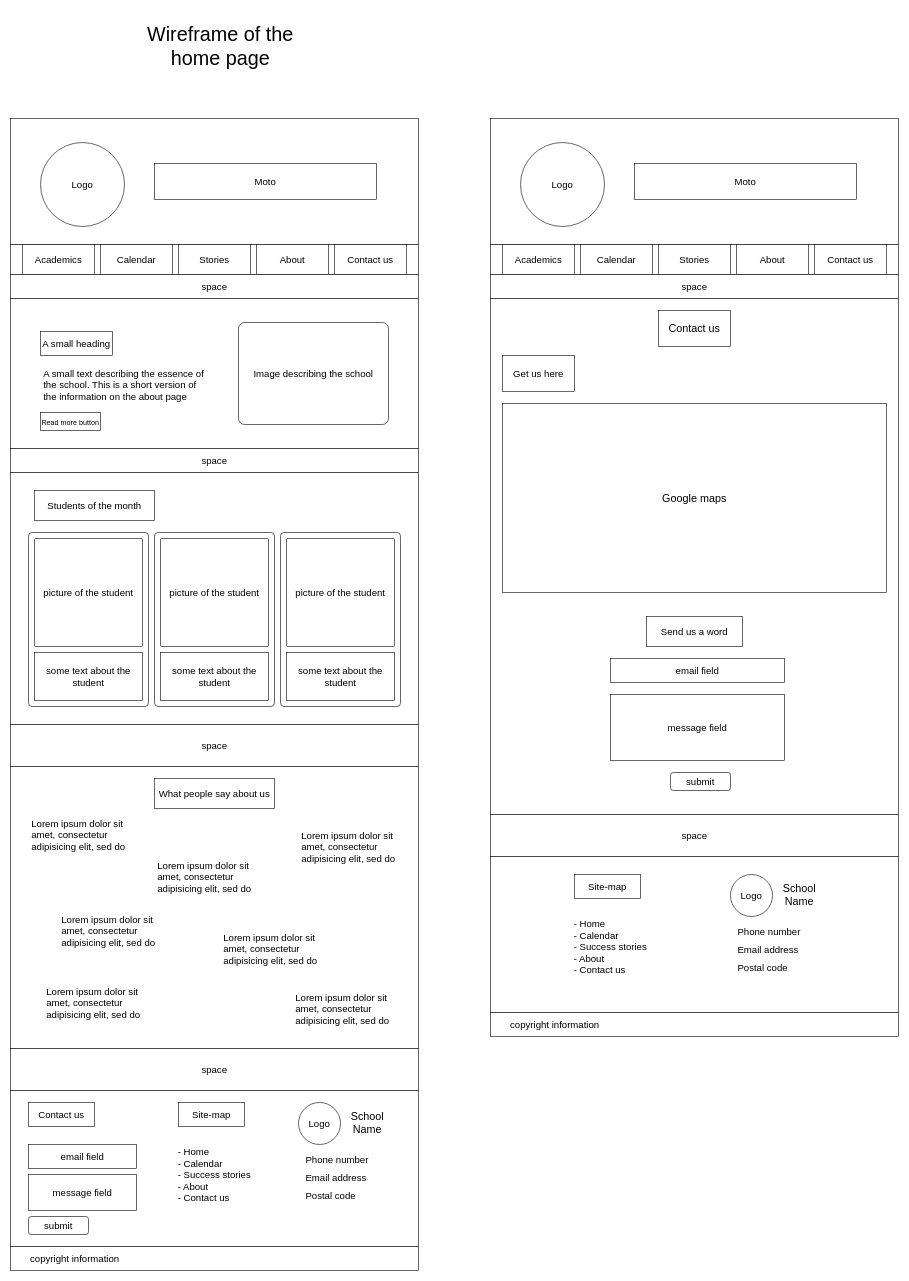
Above: design/contact_us_page_wireframe.drawio in sami-bre/UGR-0848-13 (draw.io), before the change. Source tidied: cells renumbered, new cells numbered last; positions are measured from the earlier drawing's top-left corner, leaving out a move shared by most shapes. Both pictures are drawn from the tidied source at 60%, with x=0, y=0 at pixel (10, 16).
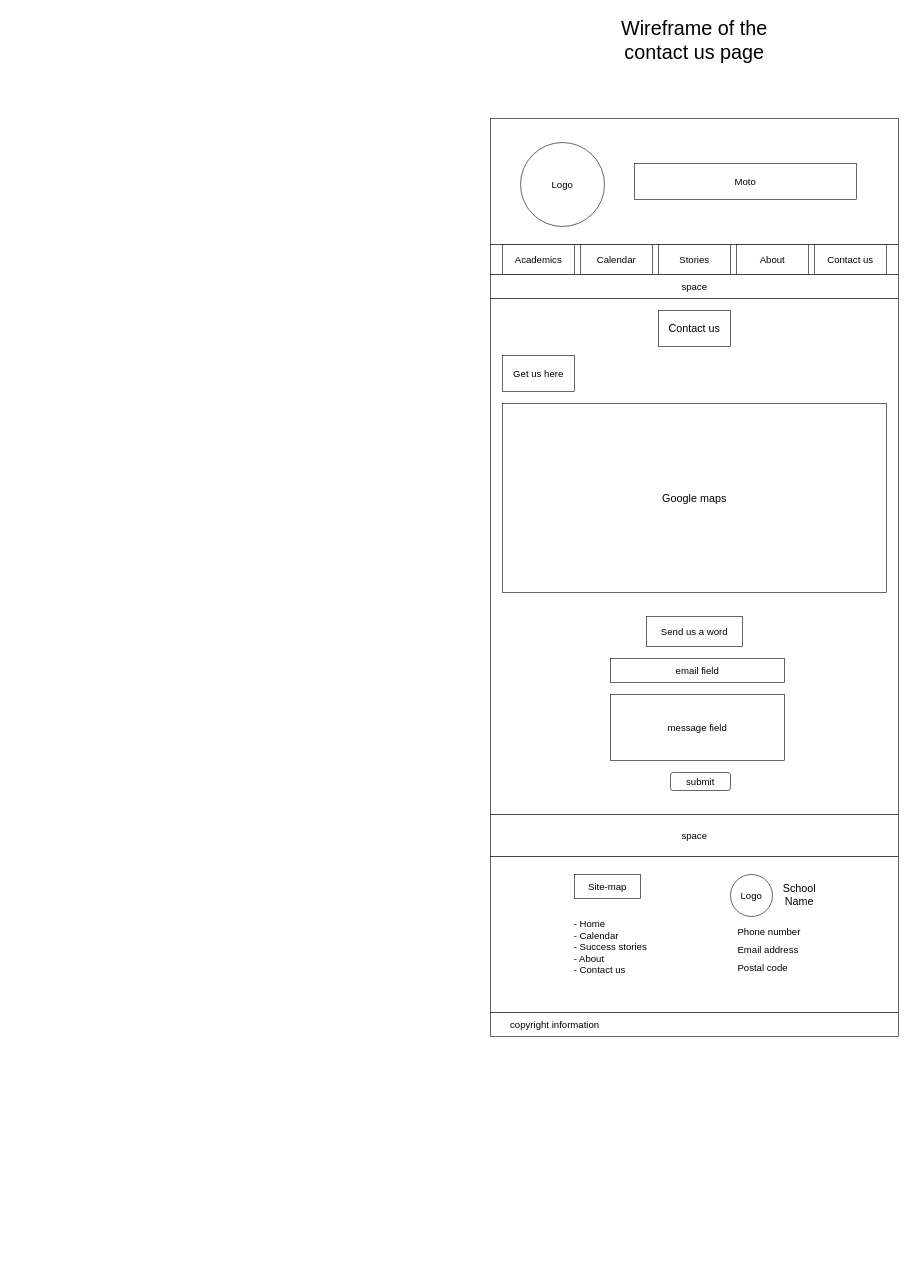
The same page after the edit.

Change to the diagram source:
```diff
@@
-    <mxCell id="3" style="rounded=0;whiteSpace=wrap;html=1;" parent="1" vertex="1">
-      <mxGeometry y="170" width="680" height="210" as="geometry" />
-    </mxCell>
-    <mxCell id="4" value="&lt;font style=&quot;font-size: 16px;&quot;&gt;Logo&lt;/font&gt;" style="ellipse;whiteSpace=wrap;html=1;" parent="1" vertex="1">
-      <mxGeometry x="50" y="210" width="140" height="140" as="geometry" />
-    </mxCell>
-    <mxCell id="5" value="Moto" style="rounded=0;whiteSpace=wrap;html=1;fontSize=16;" parent="1" vertex="1">
-      <mxGeometry x="240" y="245" width="370" height="60" as="geometry" />
-    </mxCell>
-    <mxCell id="6" style="rounded=0;whiteSpace=wrap;html=1;fontSize=16;" parent="1" vertex="1">
-      <mxGeometry y="380" width="680" height="50" as="geometry" />
-    </mxCell>
-    <mxCell id="7" value="Academics" style="rounded=0;whiteSpace=wrap;html=1;fontSize=16;" parent="1" vertex="1">
-      <mxGeometry x="20" y="380" width="120" height="50" as="geometry" />
-    </mxCell>
-    <mxCell id="8" value="Calendar" style="rounded=0;whiteSpace=wrap;html=1;fontSize=16;" parent="1" vertex="1">
-      <mxGeometry x="150" y="380" width="120" height="50" as="geometry" />
-    </mxCell>
-    <mxCell id="9" value="About" style="rounded=0;whiteSpace=wrap;html=1;fontSize=16;" parent="1" vertex="1">
-      <mxGeometry x="410" y="380" width="120" height="50" as="geometry" />
-    </mxCell>
-    <mxCell id="10" value="Contact us" style="rounded=0;whiteSpace=wrap;html=1;fontSize=16;" parent="1" vertex="1">
-      <mxGeometry x="540" y="380" width="120" height="50" as="geometry" />
-    </mxCell>
-    <mxCell id="11" style="rounded=0;whiteSpace=wrap;html=1;fontSize=16;" parent="1" vertex="1">
-      <mxGeometry y="470" width="680" height="250" as="geometry" />
-    </mxCell>
-    <mxCell id="12" value="Image describing the school" style="rounded=1;whiteSpace=wrap;html=1;fontSize=16;arcSize=6;" parent="1" vertex="1">
-      <mxGeometry x="380" y="510" width="250" height="170" as="geometry" />
-    </mxCell>
-    <mxCell id="13" value="space" style="rounded=0;whiteSpace=wrap;html=1;fontSize=16;" parent="1" vertex="1">
-      <mxGeometry y="430" width="680" height="40" as="geometry" />
-    </mxCell>
-    <mxCell id="14" value="&lt;p&gt;A small text describing the essence of the school. This is a short version of the information on the about page&lt;br&gt;&lt;/p&gt;" style="text;html=1;strokeColor=none;fillColor=none;spacing=5;spacingTop=-20;whiteSpace=wrap;overflow=hidden;rounded=0;fontSize=16;" parent="1" vertex="1">
-      <mxGeometry x="50" y="580" width="280" height="70" as="geometry" />
-    </mxCell>
-    <mxCell id="15" value="A small heading" style="rounded=0;whiteSpace=wrap;html=1;fontSize=16;" parent="1" vertex="1">
-      <mxGeometry x="50" y="525" width="120" height="40" as="geometry" />
-    </mxCell>
-    <mxCell id="16" value="&lt;font style=&quot;font-size: 12px;&quot;&gt;Read more button&lt;/font&gt;" style="rounded=0;whiteSpace=wrap;html=1;fontSize=16;" parent="1" vertex="1">
-      <mxGeometry x="50" y="660" width="100" height="30" as="geometry" />
-    </mxCell>
-    <mxCell id="17" style="rounded=0;whiteSpace=wrap;html=1;fontSize=12;" parent="1" vertex="1">
-      <mxGeometry y="760" width="680" height="420" as="geometry" />
-    </mxCell>
-    <mxCell id="18" value="&lt;font style=&quot;font-size: 16px;&quot;&gt;Students of the month&lt;/font&gt;" style="rounded=0;whiteSpace=wrap;html=1;fontSize=12;" parent="1" vertex="1">
-      <mxGeometry x="40" y="790" width="200" height="50" as="geometry" />
-    </mxCell>
-    <mxCell id="19" value="space" style="rounded=0;whiteSpace=wrap;html=1;fontSize=16;" parent="1" vertex="1">
-      <mxGeometry y="720" width="680" height="40" as="geometry" />
-    </mxCell>
-    <mxCell id="20" style="rounded=1;whiteSpace=wrap;html=1;fontSize=16;arcSize=3;" parent="1" vertex="1">
-      <mxGeometry x="30" y="860" width="200" height="290" as="geometry" />
-    </mxCell>
-    <mxCell id="21" value="picture of the student" style="rounded=1;whiteSpace=wrap;html=1;fontSize=16;arcSize=1;" parent="1" vertex="1">
-      <mxGeometry x="40" y="870" width="180" height="180" as="geometry" />
-    </mxCell>
-    <mxCell id="22" value="some text about the student" style="rounded=0;whiteSpace=wrap;html=1;fontSize=16;" parent="1" vertex="1">
-      <mxGeometry x="40" y="1060" width="180" height="80" as="geometry" />
-    </mxCell>
-    <mxCell id="23" style="rounded=1;whiteSpace=wrap;html=1;fontSize=16;arcSize=3;" parent="1" vertex="1">
-      <mxGeometry x="240" y="860" width="200" height="290" as="geometry" />
-    </mxCell>
-    <mxCell id="24" value="picture of the student" style="rounded=1;whiteSpace=wrap;html=1;fontSize=16;arcSize=1;" parent="1" vertex="1">
-      <mxGeometry x="250" y="870" width="180" height="180" as="geometry" />
-    </mxCell>
-    <mxCell id="25" value="some text about the student" style="rounded=0;whiteSpace=wrap;html=1;fontSize=16;" parent="1" vertex="1">
-      <mxGeometry x="250" y="1060" width="180" height="80" as="geometry" />
-    </mxCell>
-    <mxCell id="26" style="rounded=1;whiteSpace=wrap;html=1;fontSize=16;arcSize=3;" parent="1" vertex="1">
-      <mxGeometry x="450" y="860" width="200" height="290" as="geometry" />
-    </mxCell>
-    <mxCell id="27" value="picture of the student" style="rounded=1;whiteSpace=wrap;html=1;fontSize=16;arcSize=1;" parent="1" vertex="1">
-      <mxGeometry x="460" y="870" width="180" height="180" as="geometry" />
-    </mxCell>
-    <mxCell id="28" value="some text about the student" style="rounded=0;whiteSpace=wrap;html=1;fontSize=16;" parent="1" vertex="1">
-      <mxGeometry x="460" y="1060" width="180" height="80" as="geometry" />
-    </mxCell>
-    <mxCell id="29" value="space" style="rounded=0;whiteSpace=wrap;html=1;fontSize=16;" parent="1" vertex="1">
-      <mxGeometry y="1180" width="680" height="70" as="geometry" />
-    </mxCell>
-    <mxCell id="30" style="rounded=0;whiteSpace=wrap;html=1;fontSize=12;" parent="1" vertex="1">
-      <mxGeometry y="1250" width="680" height="470" as="geometry" />
-    </mxCell>
-    <mxCell id="31" value="&lt;font style=&quot;font-size: 16px;&quot;&gt;What people say about us&lt;/font&gt;" style="rounded=0;whiteSpace=wrap;html=1;fontSize=12;" parent="1" vertex="1">
-      <mxGeometry x="240" y="1270" width="200" height="50" as="geometry" />
-    </mxCell>
-    <mxCell id="32" value="&lt;p&gt;Lorem ipsum dolor sit amet, consectetur adipisicing elit, sed do &lt;br&gt;&lt;/p&gt;" style="text;html=1;strokeColor=none;fillColor=none;spacing=5;spacingTop=-20;whiteSpace=wrap;overflow=hidden;rounded=0;fontSize=16;" parent="1" vertex="1">
-      <mxGeometry x="30" y="1330" width="190" height="70" as="geometry" />
-    </mxCell>
-    <mxCell id="33" value="&lt;p&gt;Lorem ipsum dolor sit amet, consectetur adipisicing elit, sed do &lt;br&gt;&lt;/p&gt;" style="text;html=1;strokeColor=none;fillColor=none;spacing=5;spacingTop=-20;whiteSpace=wrap;overflow=hidden;rounded=0;fontSize=16;" parent="1" vertex="1">
-      <mxGeometry x="470" y="1620" width="190" height="70" as="geometry" />
-    </mxCell>
-    <mxCell id="34" value="&lt;p&gt;Lorem ipsum dolor sit amet, consectetur adipisicing elit, sed do &lt;br&gt;&lt;/p&gt;" style="text;html=1;strokeColor=none;fillColor=none;spacing=5;spacingTop=-20;whiteSpace=wrap;overflow=hidden;rounded=0;fontSize=16;" parent="1" vertex="1">
-      <mxGeometry x="240" y="1400" width="190" height="70" as="geometry" />
-    </mxCell>
-    <mxCell id="35" value="&lt;p&gt;Lorem ipsum dolor sit amet, consectetur adipisicing elit, sed do &lt;br&gt;&lt;/p&gt;" style="text;html=1;strokeColor=none;fillColor=none;spacing=5;spacingTop=-20;whiteSpace=wrap;overflow=hidden;rounded=0;fontSize=16;" parent="1" vertex="1">
-      <mxGeometry x="55" y="1610" width="190" height="70" as="geometry" />
-    </mxCell>
-    <mxCell id="36" value="&lt;p&gt;Lorem ipsum dolor sit amet, consectetur adipisicing elit, sed do &lt;br&gt;&lt;/p&gt;" style="text;html=1;strokeColor=none;fillColor=none;spacing=5;spacingTop=-20;whiteSpace=wrap;overflow=hidden;rounded=0;fontSize=16;" parent="1" vertex="1">
-      <mxGeometry x="480" y="1350" width="190" height="70" as="geometry" />
-    </mxCell>
-    <mxCell id="37" value="&lt;p&gt;Lorem ipsum dolor sit amet, consectetur adipisicing elit, sed do &lt;br&gt;&lt;/p&gt;" style="text;html=1;strokeColor=none;fillColor=none;spacing=5;spacingTop=-20;whiteSpace=wrap;overflow=hidden;rounded=0;fontSize=16;" parent="1" vertex="1">
-      <mxGeometry x="350" y="1520" width="190" height="70" as="geometry" />
-    </mxCell>
-    <mxCell id="38" value="&lt;p&gt;Lorem ipsum dolor sit amet, consectetur adipisicing elit, sed do &lt;br&gt;&lt;/p&gt;" style="text;html=1;strokeColor=none;fillColor=none;spacing=5;spacingTop=-20;whiteSpace=wrap;overflow=hidden;rounded=0;fontSize=16;" parent="1" vertex="1">
-      <mxGeometry x="80" y="1490" width="190" height="70" as="geometry" />
-    </mxCell>
-    <mxCell id="39" value="space" style="rounded=0;whiteSpace=wrap;html=1;fontSize=16;" parent="1" vertex="1">
-      <mxGeometry y="1720" width="680" height="70" as="geometry" />
-    </mxCell>
-    <mxCell id="40" style="rounded=0;whiteSpace=wrap;html=1;fontSize=16;" parent="1" vertex="1">
-      <mxGeometry y="1790" width="680" height="260" as="geometry" />
-    </mxCell>
-    <mxCell id="41" value="Contact us" style="rounded=0;whiteSpace=wrap;html=1;fontSize=16;" parent="1" vertex="1">
-      <mxGeometry x="30" y="1810" width="110" height="40" as="geometry" />
-    </mxCell>
-    <mxCell id="42" value="email field" style="rounded=0;whiteSpace=wrap;html=1;fontSize=16;" parent="1" vertex="1">
-      <mxGeometry x="30" y="1880" width="180" height="40" as="geometry" />
-    </mxCell>
-    <mxCell id="43" value="message field" style="rounded=0;whiteSpace=wrap;html=1;fontSize=16;" parent="1" vertex="1">
-      <mxGeometry x="30" y="1930" width="180" height="60" as="geometry" />
-    </mxCell>
-    <mxCell id="44" value="submit" style="rounded=1;whiteSpace=wrap;html=1;fontSize=16;" parent="1" vertex="1">
-      <mxGeometry x="30" y="2000" width="100" height="30" as="geometry" />
-    </mxCell>
-    <mxCell id="45" value="Site-map" style="rounded=0;whiteSpace=wrap;html=1;fontSize=16;" parent="1" vertex="1">
-      <mxGeometry x="280" y="1810" width="110" height="40" as="geometry" />
-    </mxCell>
-    <mxCell id="46" value="&lt;div align=&quot;left&quot;&gt;- Home&lt;/div&gt;&lt;div align=&quot;left&quot;&gt;- Calendar&lt;/div&gt;&lt;div align=&quot;left&quot;&gt;- Success stories&lt;br&gt;&lt;/div&gt;&lt;div align=&quot;left&quot;&gt;- About&lt;/div&gt;&lt;div align=&quot;left&quot;&gt;- Contact us&lt;/div&gt;&lt;div&gt;&lt;br&gt;&lt;/div&gt;&lt;div&gt;&lt;br&gt;&lt;/div&gt;" style="text;html=1;strokeColor=none;fillColor=none;align=center;verticalAlign=middle;whiteSpace=wrap;rounded=0;fontSize=16;" parent="1" vertex="1">
-      <mxGeometry x="270" y="1880" width="140" height="140" as="geometry" />
-    </mxCell>
-    <mxCell id="47" value="Logo" style="ellipse;whiteSpace=wrap;html=1;fontSize=16;" parent="1" vertex="1">
-      <mxGeometry x="480" y="1810" width="70" height="70" as="geometry" />
-    </mxCell>
-    <mxCell id="48" value="&lt;font style=&quot;font-size: 18px;&quot;&gt;School Name&lt;/font&gt;" style="text;html=1;strokeColor=none;fillColor=none;align=center;verticalAlign=middle;whiteSpace=wrap;rounded=0;fontSize=16;" parent="1" vertex="1">
-      <mxGeometry x="550" y="1815" width="90" height="60" as="geometry" />
-    </mxCell>
-    <mxCell id="49" value="&lt;div align=&quot;left&quot;&gt;&lt;font style=&quot;font-size: 16px;&quot;&gt;Phone number&lt;/font&gt;&lt;/div&gt;" style="text;html=1;strokeColor=none;fillColor=none;align=left;verticalAlign=middle;whiteSpace=wrap;rounded=0;fontSize=18;" parent="1" vertex="1">
-      <mxGeometry x="490" y="1890" width="135" height="30" as="geometry" />
-    </mxCell>
-    <mxCell id="50" value="&lt;div style=&quot;font-size: 16px;&quot; align=&quot;left&quot;&gt;&lt;font style=&quot;font-size: 16px;&quot;&gt;Email address&lt;br&gt;&lt;/font&gt;&lt;/div&gt;" style="text;html=1;strokeColor=none;fillColor=none;align=left;verticalAlign=middle;whiteSpace=wrap;rounded=0;fontSize=18;" parent="1" vertex="1">
-      <mxGeometry x="490" y="1920" width="135" height="30" as="geometry" />
-    </mxCell>
-    <mxCell id="51" value="&lt;font style=&quot;font-size: 16px;&quot;&gt;Postal code&lt;/font&gt;" style="text;html=1;strokeColor=none;fillColor=none;align=left;verticalAlign=middle;whiteSpace=wrap;rounded=0;fontSize=18;" parent="1" vertex="1">
-      <mxGeometry x="490" y="1950" width="135" height="30" as="geometry" />
-    </mxCell>
-    <mxCell id="52" value="&lt;div align=&quot;left&quot;&gt;&amp;nbsp;&amp;nbsp;&amp;nbsp;&amp;nbsp;&amp;nbsp;&amp;nbsp; copyright information&lt;br&gt;&lt;/div&gt;" style="rounded=0;whiteSpace=wrap;html=1;fontSize=16;align=left;" parent="1" vertex="1">
-      <mxGeometry y="2050" width="680" height="40" as="geometry" />
-    </mxCell>
-    <mxCell id="53" value="&lt;font style=&quot;font-size: 33px;&quot;&gt;Wireframe of the home page&lt;/font&gt;" style="text;html=1;strokeColor=none;fillColor=none;align=center;verticalAlign=middle;whiteSpace=wrap;rounded=0;fontSize=16;" parent="1" vertex="1">
-      <mxGeometry x="190" width="320" height="100" as="geometry" />
+    <mxCell id="53" value="&lt;font style=&quot;font-size: 33px;&quot;&gt;Wireframe of the contact us page&lt;/font&gt;" style="text;html=1;strokeColor=none;fillColor=none;align=center;verticalAlign=middle;whiteSpace=wrap;rounded=0;fontSize=16;" parent="1" vertex="1">
+      <mxGeometry x="980" y="-10" width="320" height="100" as="geometry" />
     </mxCell>
-    <mxCell id="54" value="Stories" style="rounded=0;whiteSpace=wrap;html=1;fontSize=16;" parent="1" vertex="1">
-      <mxGeometry x="280" y="380" width="120" height="50" as="geometry" />
-    </mxCell>
```
